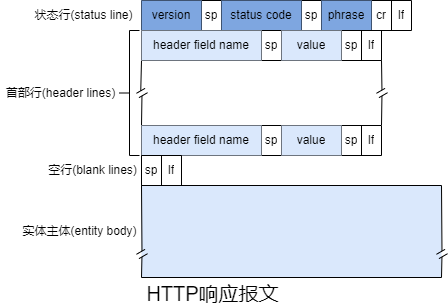
The draw.io diagram compute-networking/img/compute-networking_9.png in an-die-freude/computer-network-note, before a commit. Source tidied: cells renumbered, new cells last; positions are measured from the earlier drawing's top-left corner, leaving out a move shared by most shapes.
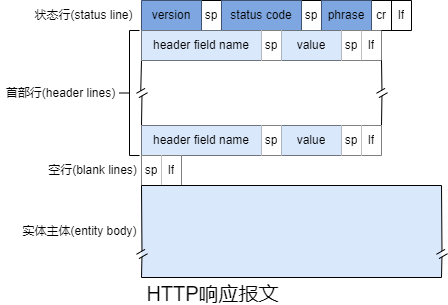
The same diagram one commit later.

Commit message:
compute networking

Change to the diagram source:
```diff
@@ -2,6 +2,9 @@
   <root>
     <mxCell id="0" />
     <mxCell id="1" parent="0" />
+    <mxCell id="50" style="rounded=0;whiteSpace=wrap;html=1;fillColor=default;strokeColor=none;" parent="1" vertex="1">
+      <mxGeometry x="141" y="60" width="240" height="65" as="geometry" />
+    </mxCell>
     <mxCell id="2" style="whiteSpace=wrap;html=1;fontFamily=Helvetica;fontSize=12;startSize=0;strokeColor=none;strokeWidth=1;fillColor=#DAE8FC;" parent="1" vertex="1">
       <mxGeometry x="141" y="185" width="300" height="92" as="geometry" />
     </mxCell>
@@ -44,16 +47,16 @@
     <mxCell id="15" value="header field name" style="shape=partialRectangle;html=1;whiteSpace=wrap;overflow=hidden;fillColor=#dae8fc;top=0;left=0;bottom=0;right=0;strokeColor=#6c8ebf;" parent="14" vertex="1">
       <mxGeometry width="120" height="30" as="geometry" />
     </mxCell>
-    <mxCell id="16" value="sp" style="shape=partialRectangle;html=1;whiteSpace=wrap;overflow=hidden;top=0;left=0;bottom=0;right=0;fillColor=none;" parent="14" vertex="1">
+    <mxCell id="16" value="sp" style="shape=partialRectangle;html=1;whiteSpace=wrap;overflow=hidden;top=0;left=0;bottom=0;right=0;fillColor=default;" parent="14" vertex="1">
       <mxGeometry x="120" width="20" height="30" as="geometry" />
     </mxCell>
     <mxCell id="17" value="value" style="shape=partialRectangle;html=1;whiteSpace=wrap;overflow=hidden;fillColor=#dae8fc;top=0;left=0;bottom=0;right=0;strokeColor=#6c8ebf;" parent="14" vertex="1">
       <mxGeometry x="140" width="60" height="30" as="geometry" />
     </mxCell>
-    <mxCell id="18" value="sp" style="shape=partialRectangle;html=1;whiteSpace=wrap;overflow=hidden;top=0;left=0;bottom=0;right=0;fillColor=none;" parent="14" vertex="1">
+    <mxCell id="18" value="sp" style="shape=partialRectangle;html=1;whiteSpace=wrap;overflow=hidden;top=0;left=0;bottom=0;right=0;fillColor=default;" parent="14" vertex="1">
       <mxGeometry x="200" width="20" height="30" as="geometry" />
     </mxCell>
-    <mxCell id="19" value="lf" style="shape=partialRectangle;html=1;whiteSpace=wrap;overflow=hidden;fillColor=none;top=0;left=0;bottom=0;right=0;" parent="14" vertex="1">
+    <mxCell id="19" value="lf" style="shape=partialRectangle;html=1;whiteSpace=wrap;overflow=hidden;fillColor=default;top=0;left=0;bottom=0;right=0;" parent="14" vertex="1">
       <mxGeometry x="220" width="20" height="30" as="geometry" />
     </mxCell>
     <mxCell id="20" style="rounded=0;jettySize=auto;html=1;entryX=0;entryY=0;entryDx=0;entryDy=0;fontFamily=Helvetica;fontSize=12;fontColor=default;endArrow=none;endFill=0;startSize=0;" parent="1" edge="1" source="21" target="25">
@@ -73,7 +76,7 @@
     <mxCell id="24" style="shape=partialRectangle;whiteSpace=wrap;html=1;left=0;right=0;fillColor=none;fontFamily=Helvetica;fontSize=12;fontColor=default;startSize=0;strokeColor=default;rotation=330;" parent="1" vertex="1">
       <mxGeometry x="377" y="90" width="9" height="5" as="geometry" />
     </mxCell>
-    <mxCell id="25" style="shape=table;startSize=0;fillColor=none;" parent="1" vertex="1">
+    <mxCell id="25" style="shape=table;startSize=0;fillColor=default;" parent="1" vertex="1">
       <mxGeometry x="141" y="125" width="240" height="30" as="geometry" />
     </mxCell>
     <mxCell id="26" style="shape=tableRow;horizontal=0;startSize=0;swimlaneHead=0;swimlaneBody=0;top=0;left=0;bottom=0;right=0;fillColor=none;points=[[0,0.5],[1,0.5]];portConstraint=eastwest;strokeColor=#000000;" parent="25" vertex="1">
@@ -82,16 +85,16 @@
     <mxCell id="27" value="header field name" style="shape=partialRectangle;html=1;whiteSpace=wrap;overflow=hidden;fillColor=#dae8fc;top=0;left=0;bottom=0;right=0;strokeColor=#6c8ebf;" parent="26" vertex="1">
       <mxGeometry width="120" height="30" as="geometry" />
     </mxCell>
-    <mxCell id="28" value="sp" style="shape=partialRectangle;html=1;whiteSpace=wrap;overflow=hidden;top=0;left=0;bottom=0;right=0;fillColor=none;" parent="26" vertex="1">
+    <mxCell id="28" value="sp" style="shape=partialRectangle;html=1;whiteSpace=wrap;overflow=hidden;top=0;left=0;bottom=0;right=0;fillColor=default;" parent="26" vertex="1">
       <mxGeometry x="120" width="20" height="30" as="geometry" />
     </mxCell>
     <mxCell id="29" value="value" style="shape=partialRectangle;html=1;whiteSpace=wrap;overflow=hidden;fillColor=#dae8fc;top=0;left=0;bottom=0;right=0;strokeColor=#6c8ebf;" parent="26" vertex="1">
       <mxGeometry x="140" width="60" height="30" as="geometry" />
     </mxCell>
-    <mxCell id="30" value="sp" style="shape=partialRectangle;html=1;whiteSpace=wrap;overflow=hidden;top=0;left=0;bottom=0;right=0;fillColor=none;" parent="26" vertex="1">
+    <mxCell id="30" value="sp" style="shape=partialRectangle;html=1;whiteSpace=wrap;overflow=hidden;top=0;left=0;bottom=0;right=0;fillColor=default;" parent="26" vertex="1">
       <mxGeometry x="200" width="20" height="30" as="geometry" />
     </mxCell>
-    <mxCell id="31" value="lf" style="shape=partialRectangle;html=1;whiteSpace=wrap;overflow=hidden;fillColor=none;top=0;left=0;bottom=0;right=0;" parent="26" vertex="1">
+    <mxCell id="31" value="lf" style="shape=partialRectangle;html=1;whiteSpace=wrap;overflow=hidden;fillColor=default;top=0;left=0;bottom=0;right=0;" parent="26" vertex="1">
       <mxGeometry x="220" width="20" height="30" as="geometry" />
     </mxCell>
     <mxCell id="32" style="shape=table;startSize=0;fontFamily=Helvetica;fontSize=12;fontColor=default;strokeColor=default;fillColor=none;" parent="1" vertex="1">
@@ -100,10 +103,10 @@
     <mxCell id="33" style="shape=tableRow;horizontal=0;startSize=0;swimlaneHead=0;swimlaneBody=0;top=0;left=0;bottom=0;right=0;fillColor=none;fontFamily=Helvetica;fontSize=12;fontColor=default;strokeColor=default;" parent="32" vertex="1">
       <mxGeometry width="40" height="30" as="geometry" />
     </mxCell>
-    <mxCell id="34" value="sp" style="shape=partialRectangle;html=1;whiteSpace=wrap;overflow=hidden;fillColor=none;top=0;left=0;bottom=0;right=0;fontFamily=Helvetica;fontSize=12;fontColor=default;startSize=0;strokeColor=default;" parent="33" vertex="1">
+    <mxCell id="34" value="sp" style="shape=partialRectangle;html=1;whiteSpace=wrap;overflow=hidden;fillColor=default;top=0;left=0;bottom=0;right=0;fontFamily=Helvetica;fontSize=12;fontColor=default;startSize=0;strokeColor=default;" parent="33" vertex="1">
       <mxGeometry width="20" height="30" as="geometry" />
     </mxCell>
-    <mxCell id="35" value="lf" style="shape=partialRectangle;html=1;whiteSpace=wrap;overflow=hidden;fillColor=none;top=0;left=0;bottom=0;right=0;fontFamily=Helvetica;fontSize=12;fontColor=default;startSize=0;strokeColor=default;" parent="33" vertex="1">
+    <mxCell id="35" value="lf" style="shape=partialRectangle;html=1;whiteSpace=wrap;overflow=hidden;fillColor=default;top=0;left=0;bottom=0;right=0;fontFamily=Helvetica;fontSize=12;fontColor=default;startSize=0;strokeColor=default;" parent="33" vertex="1">
       <mxGeometry x="20" width="20" height="30" as="geometry" />
     </mxCell>
     <mxCell id="36" style="line;strokeWidth=1;html=1;fontFamily=Helvetica;fontSize=12;fontColor=default;startSize=0;fillColor=none;" parent="1" vertex="1">
```
